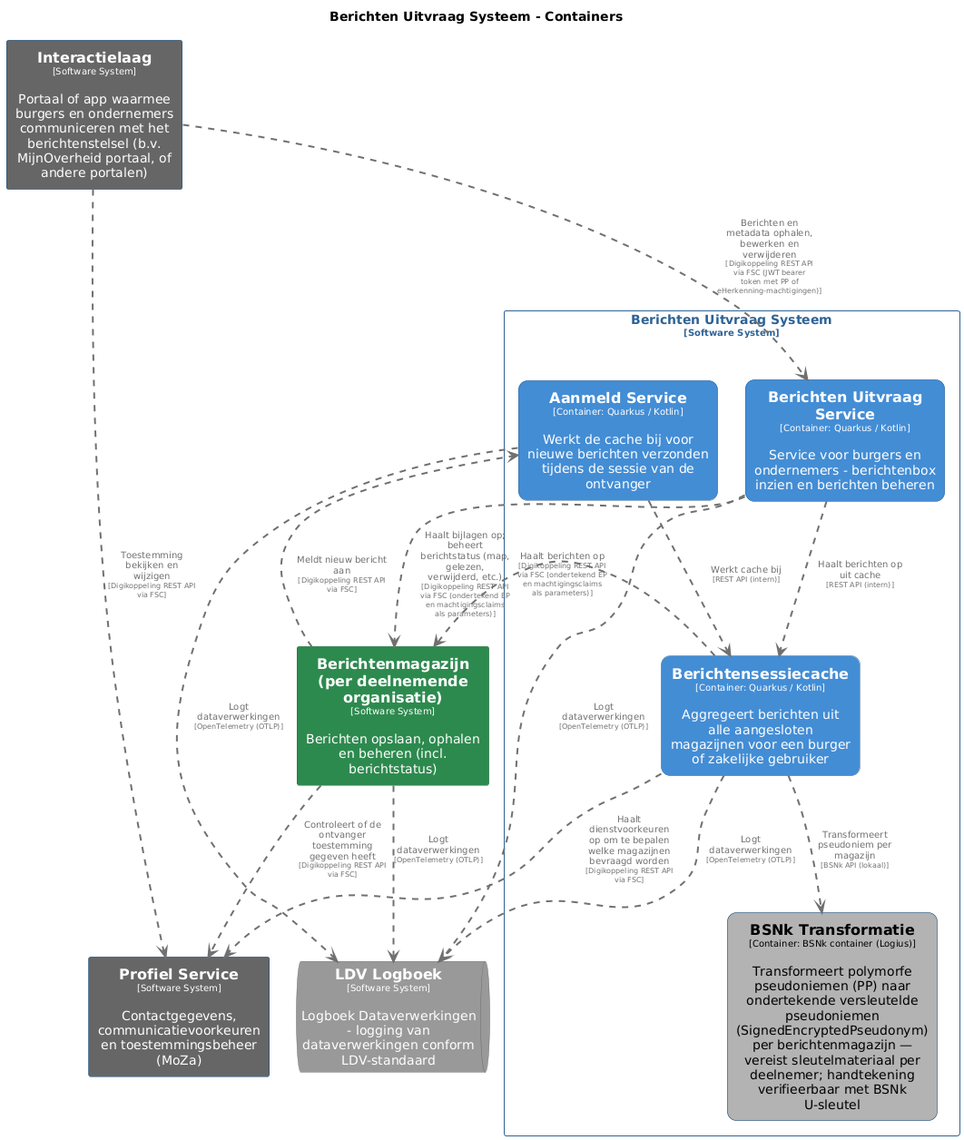
Before: pr-preview/pr-22/master/png/BerichtenUitvraagSysteemContainers.png, a diagram exported from PlantUML (MinBZK/moza-poc-fbs-berichtenbox).
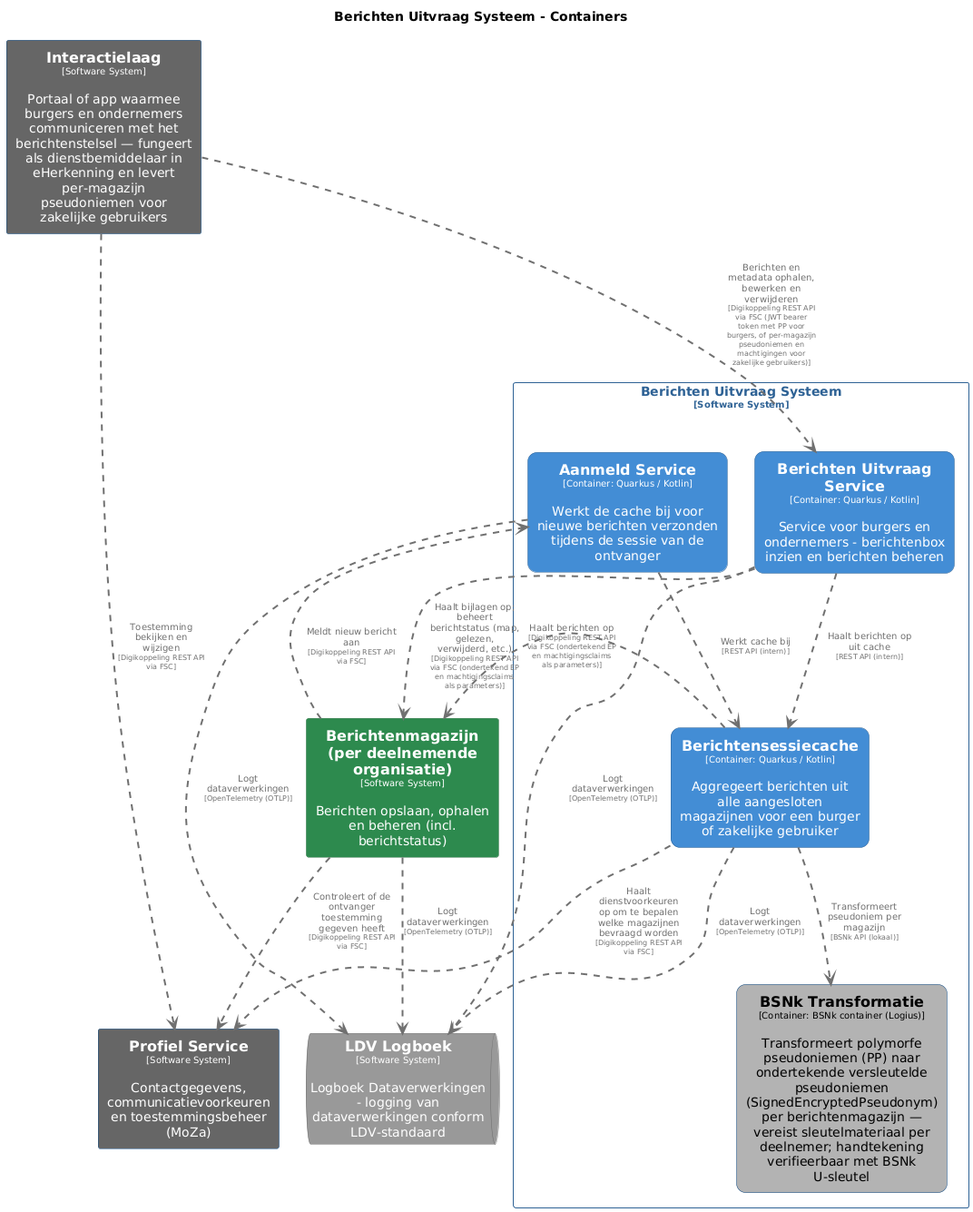
After the commit.

The edit, as a diff of the source:
```diff
@@ -74,7 +74,7 @@
 }
 
 rectangle "==Profiel Service\n<size:10>[Software System]</size>\n\nContactgegevens, communicatievoorkeuren en toestemmingsbeheer (MoZa)" <<ProfielService>> as ProfielService
-rectangle "==Interactielaag\n<size:10>[Software System]</size>\n\nPortaal of app waarmee burgers en ondernemers communiceren met het berichtenstelsel (b.v. MijnOverheid portaal, of andere portalen)" <<Interactielaag>> as Interactielaag
+rectangle "==Interactielaag\n<size:10>[Software System]</size>\n\nPortaal of app waarmee burgers en ondernemers communiceren met het berichtenstelsel — fungeert als dienstbemiddelaar in eHerkenning en levert per-magazijn pseudoniemen voor zakelijke gebruikers" <<Interactielaag>> as Interactielaag
 rectangle "==Berichtenmagazijn (per deelnemende organisatie)\n<size:10>[Software System]</size>\n\nBerichten opslaan, ophalen en beheren (incl. berichtstatus)" <<Berichtenmagazijnperdeelnemendeorganisatie>> as Berichtenmagazijnperdeelnemendeorganisatie
 queue "==LDV Logboek\n<size:10>[Software System]</size>\n\nLogboek Dataverwerkingen - logging van dataverwerkingen conform LDV-standaard" <<LDVLogboek>> as LDVLogboek
 
@@ -95,7 +95,7 @@
 BerichtenUitvraagSysteem.Berichtensessiecache .[#707070,thickness=2].> BerichtenUitvraagSysteem.BSNkTransformatie : "<color:#707070>Transformeert pseudoniem per magazijn\n<color:#707070><size:8>[BSNk API (lokaal)]</size>"
 BerichtenUitvraagSysteem.AanmeldService .[#707070,thickness=2].> BerichtenUitvraagSysteem.Berichtensessiecache : "<color:#707070>Werkt cache bij\n<color:#707070><size:8>[REST API (intern)]</size>"
 BerichtenUitvraagSysteem.BerichtenUitvraagService .[#707070,thickness=2].> BerichtenUitvraagSysteem.Berichtensessiecache : "<color:#707070>Haalt berichten op uit cache\n<color:#707070><size:8>[REST API (intern)]</size>"
-Interactielaag .[#707070,thickness=2].> BerichtenUitvraagSysteem.BerichtenUitvraagService : "<color:#707070>Berichten en metadata ophalen, bewerken en verwijderen\n<color:#707070><size:8>[Digikoppeling REST API via FSC (JWT bearer token met PP of eHerkenning-machtigingen)]</size>"
+Interactielaag .[#707070,thickness=2].> BerichtenUitvraagSysteem.BerichtenUitvraagService : "<color:#707070>Berichten en metadata ophalen, bewerken en verwijderen\n<color:#707070><size:8>[Digikoppeling REST API via FSC (JWT bearer token met PP voor burgers, of per-magazijn pseudoniemen en machtigingen voor zakelijke gebruikers)]</size>"
 Interactielaag .[#707070,thickness=2].> ProfielService : "<color:#707070>Toestemming bekijken en wijzigen\n<color:#707070><size:8>[Digikoppeling REST API via FSC]</size>"
 BerichtenUitvraagSysteem.BerichtenUitvraagService .[#707070,thickness=2].> Berichtenmagazijnperdeelnemendeorganisatie : "<color:#707070>Haalt bijlagen op; beheert berichtstatus (map, gelezen, verwijderd, etc.)\n<color:#707070><size:8>[Digikoppeling REST API via FSC (ondertekend EP en machtigingsclaims als parameters)]</size>"
 Berichtenmagazijnperdeelnemendeorganisatie .[#707070,thickness=2].> BerichtenUitvraagSysteem.AanmeldService : "<color:#707070>Meldt nieuw bericht aan\n<color:#707070><size:8>[Digikoppeling REST API via FSC]</size>"
```
